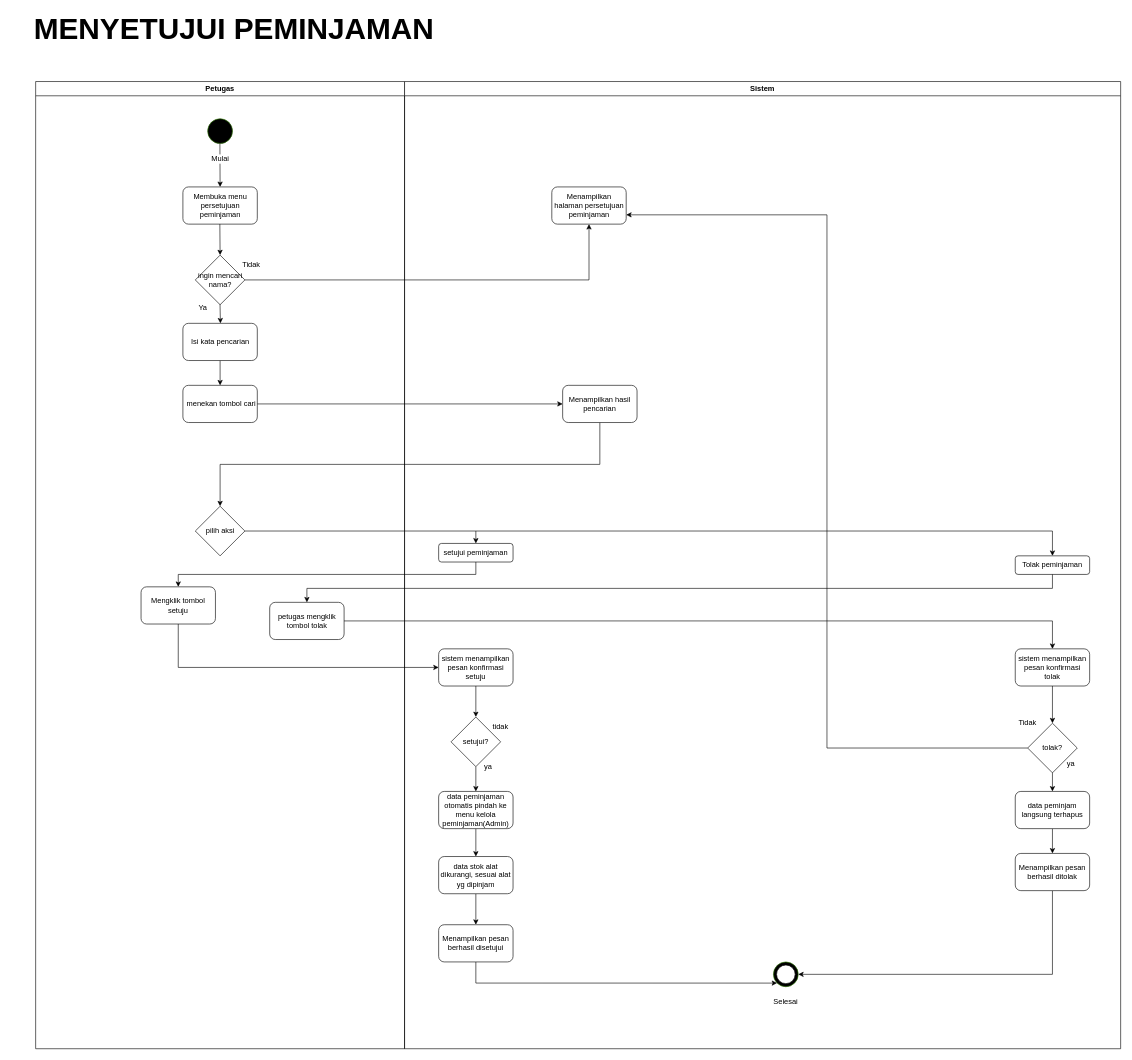
The draw.io diagram page "Menyetujui peminjaman" (9 of 15) of Diagram Tanpa Judul.drawio in sintaannisa/Aplikasi-Peminjaman-Alat, before the edit. Source tidied: cells renumbered, new cells numbered last; positions are measured from the earlier drawing's top-left corner, leaving out a move shared by most shapes. Both pictures are drawn from the tidied source at 62%, with x=0, y=0 at pixel (11, 19).
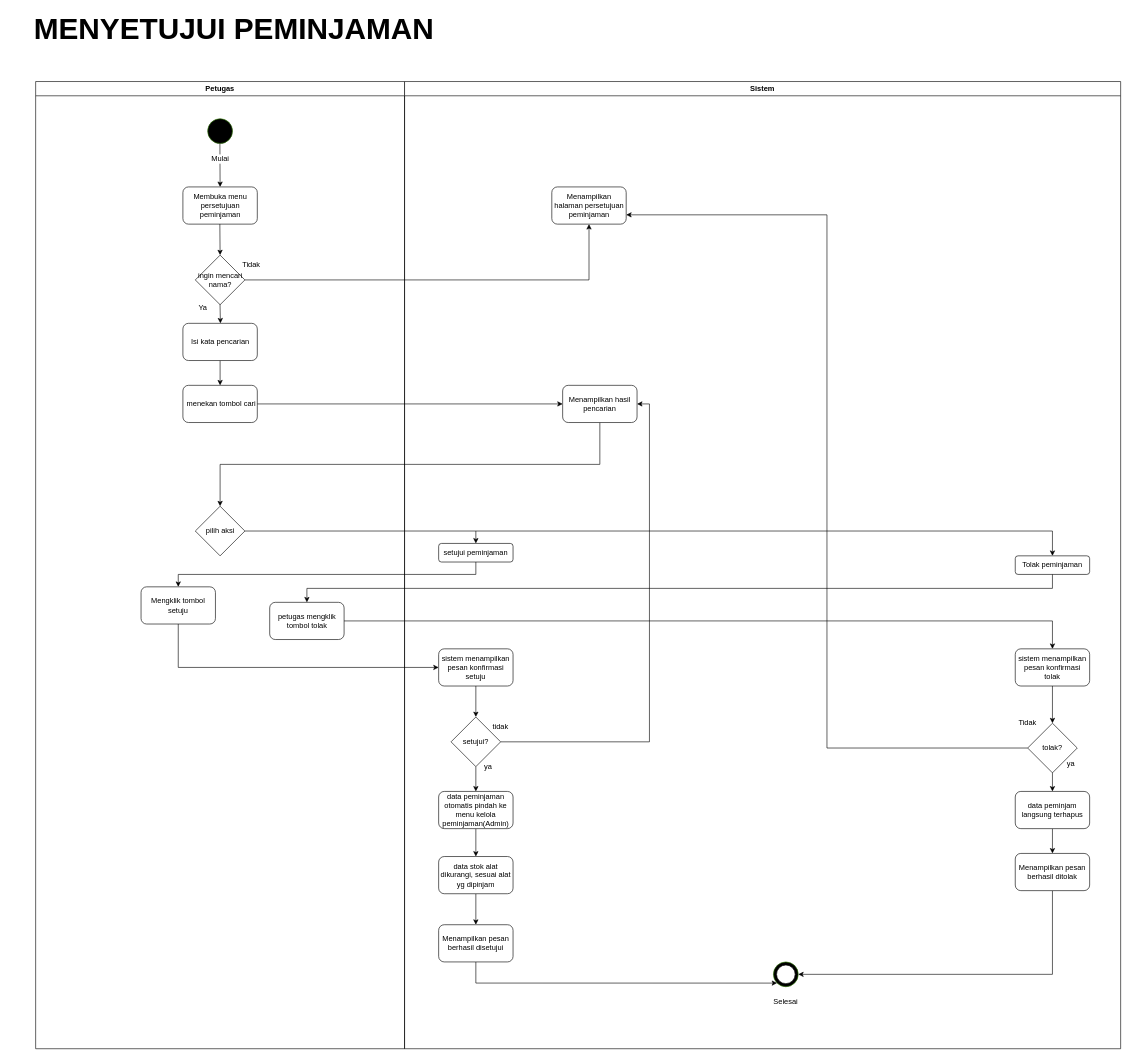
After the change.

Unchanged cells that the change refers to:
```xml
<mxCell id="17" value="Sistem" style="swimlane;whiteSpace=wrap;html=1;" parent="1" vertex="1">
  <mxGeometry x="635" y="100" width="1155" height="1560" as="geometry" />
</mxCell>
<mxCell id="28" value="setujui?" style="rhombus;whiteSpace=wrap;html=1;shapeInside=1;" parent="17" vertex="1">
  <mxGeometry x="75" y="1025" width="80" height="80" as="geometry" />
</mxCell>
<mxCell id="42" value="Menampilkan hasil pencarian" style="rounded=1;whiteSpace=wrap;html=1;" parent="17" vertex="1">
  <mxGeometry x="255" y="490" width="120" height="60" as="geometry" />
</mxCell>
```

The edit, as a diff of the source:
```diff
@@
+    <mxCell id="59" style="edgeStyle=orthogonalEdgeStyle;rounded=0;jettySize=auto;html=1;exitX=1;exitY=0.5;exitDx=0;exitDy=0;entryX=1;entryY=0.5;entryDx=0;entryDy=0;" parent="17" edge="1" source="28" target="42">
+      <mxGeometry relative="1" as="geometry" />
+    </mxCell>
```
